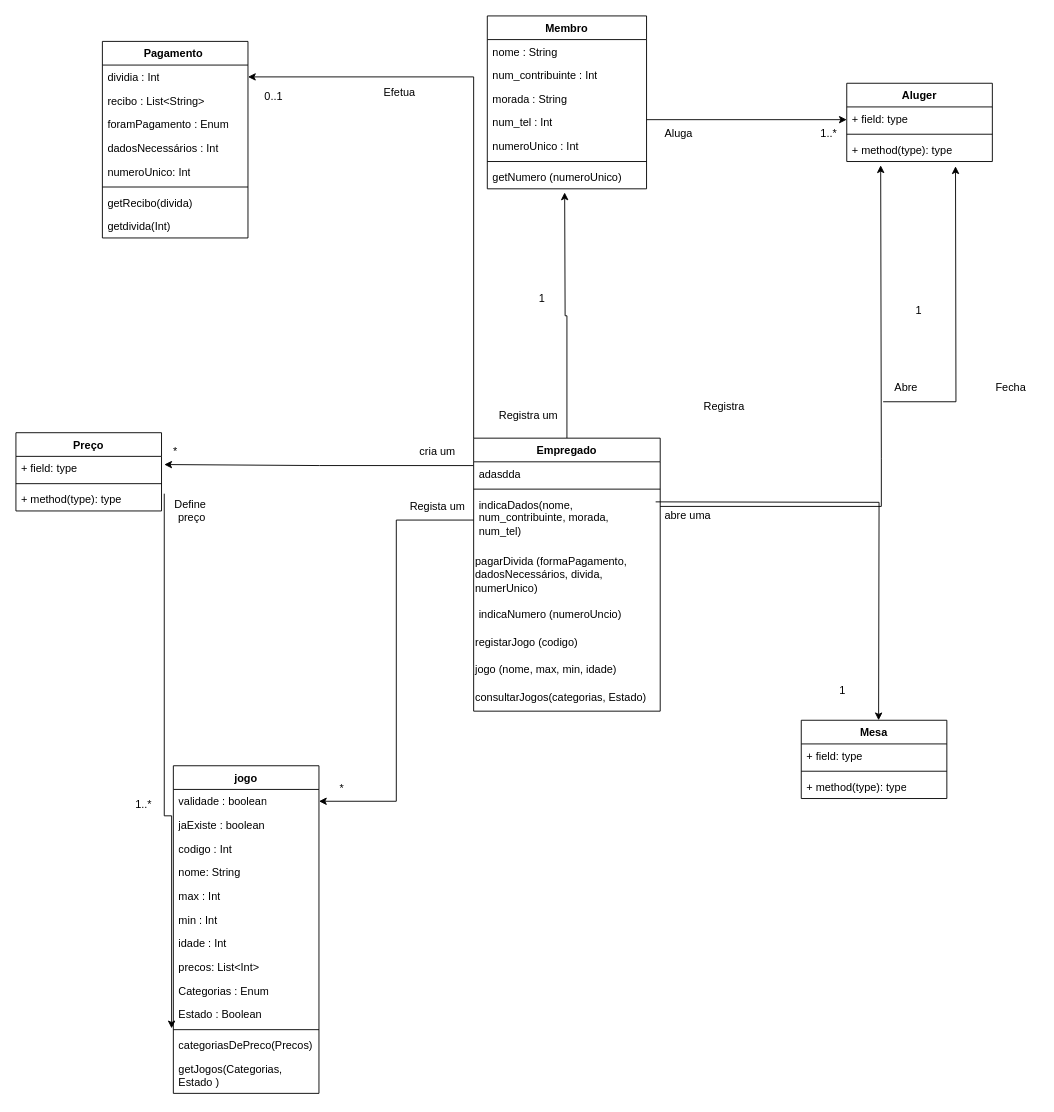
This is Diagrama_classes.drawio from luccamarshall/DCO, a draw.io file, before an edit. Source tidied: cells renumbered, new cells numbered last; positions are measured from the earlier drawing's top-left corner, leaving out a move shared by most shapes. Both pictures are drawn from the tidied source at 91%, with x=0, y=0 at pixel (15, 15).
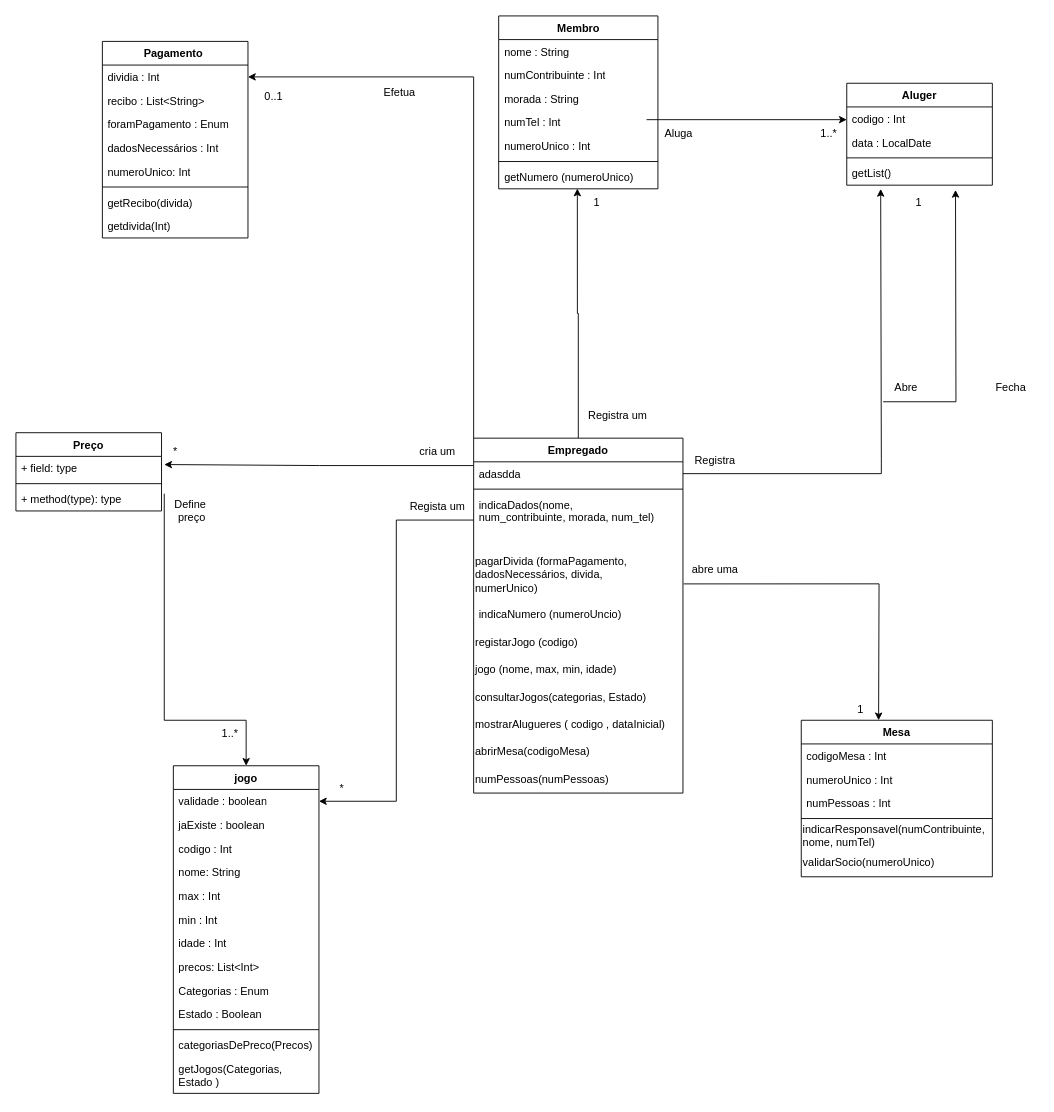
The same page after the edit.

Unchanged cells that the change refers to:
```xml
<mxCell id="35" value="getNumero (numeroUnico)" style="text;strokeColor=none;fillColor=none;align=left;verticalAlign=top;spacingLeft=4;spacingRight=4;overflow=hidden;points=[[0,0.5],[1,0.5]];portConstraint=eastwest;whiteSpace=wrap;html=1;" parent="28" vertex="1">
  <mxGeometry y="164" width="175" height="26" as="geometry" />
</mxCell>
<mxCell id="62" value="jogo" style="swimlane;fontStyle=1;align=center;verticalAlign=top;horizontal=1;startSize=26;whiteSpace=wrap;html=1;" parent="1" vertex="1">
  <mxGeometry x="173" y="824" width="160" height="360" as="geometry" />
</mxCell>
<mxCell id="74" value="categoriasDePreco(Precos)&amp;nbsp;" style="text;strokeColor=none;fillColor=none;align=left;verticalAlign=top;spacingLeft=4;spacingRight=4;overflow=hidden;points=[[0,0.5],[1,0.5]];portConstraint=eastwest;whiteSpace=wrap;html=1;" parent="62" vertex="1">
  <mxGeometry y="294" width="160" height="26" as="geometry" />
</mxCell>
```

The edit, as a diff of the source:
```diff
@@
-    <mxCell id="2" style="edgeStyle=orthogonalEdgeStyle;rounded=0;jettySize=auto;html=1;exitX=0.5;exitY=0;exitDx=0;exitDy=0;" parent="1" edge="1" source="36">
-      <mxGeometry relative="1" as="geometry">
-        <mxPoint x="603" y="194" as="targetPoint" />
-      </mxGeometry>
+    <mxCell id="2" style="edgeStyle=orthogonalEdgeStyle;rounded=0;jettySize=auto;html=1;exitX=0.5;exitY=0;exitDx=0;exitDy=0;entryX=0.494;entryY=0.988;entryDx=0;entryDy=0;entryPerimeter=0;" parent="1" edge="1" source="36" target="35">
+      <mxGeometry relative="1" as="geometry" />
     </mxCell>
@@
-    <mxCell id="4" style="edgeStyle=orthogonalEdgeStyle;rounded=0;jettySize=auto;html=1;exitX=1;exitY=0.25;exitDx=0;exitDy=0;entryX=0.233;entryY=1.159;entryDx=0;entryDy=0;entryPerimeter=0;" parent="1" edge="1" source="36" target="57">
+    <mxCell id="4" style="edgeStyle=orthogonalEdgeStyle;rounded=0;jettySize=auto;html=1;exitX=1;exitY=0.5;exitDx=0;exitDy=0;entryX=0.233;entryY=1.159;entryDx=0;entryDy=0;entryPerimeter=0;" parent="1" edge="1" source="37" target="57">
       <mxGeometry relative="1" as="geometry">
         <Array as="points">
+          <mxPoint x="951" y="503" />
           <mxPoint x="951" y="486" />
-          <mxPoint x="951" y="424" />
         </Array>
       </mxGeometry>
     </mxCell>
-    <mxCell id="5" style="edgeStyle=orthogonalEdgeStyle;rounded=0;jettySize=auto;html=1;entryX=-0.012;entryY=-0.209;entryDx=0;entryDy=0;entryPerimeter=0;" parent="1" edge="1" target="74">
+    <mxCell id="5" style="edgeStyle=orthogonalEdgeStyle;rounded=0;jettySize=auto;html=1;entryX=0.5;entryY=0;entryDx=0;entryDy=0;" parent="1" edge="1" target="62">
       <mxGeometry relative="1" as="geometry">
         <mxPoint x="163" y="525" as="sourcePoint" />
         <Array as="points">
-          <mxPoint x="163" y="879" />
+          <mxPoint x="163" y="774" />
+          <mxPoint x="253" y="774" />
         </Array>
       </mxGeometry>
     </mxCell>
@@
     <mxCell id="9" value="Registra um" style="text;html=1;align=center;verticalAlign=middle;strokeColor=none;fillColor=none;" parent="1" vertex="1">
-      <mxGeometry x="518" y="424" width="90" height="30" as="geometry" />
+      <mxGeometry x="615.5" y="424" width="90" height="30" as="geometry" />
     </mxCell>
@@
-    <mxCell id="11" style="edgeStyle=orthogonalEdgeStyle;rounded=0;orthogonalLoop=1;jettySize=auto;html=1;entryX=0.5;entryY=0;entryDx=0;entryDy=0;" parent="1" edge="1">
+    <mxCell id="11" style="edgeStyle=orthogonalEdgeStyle;rounded=0;jettySize=auto;html=1;entryX=0.5;entryY=0;entryDx=0;entryDy=0;exitX=1.003;exitY=0.669;exitDx=0;exitDy=0;exitPerimeter=0;" parent="1" edge="1" source="40">
       <mxGeometry relative="1" as="geometry">
-        <mxPoint x="703" y="534" as="sourcePoint" />
         <mxPoint x="948" y="774" as="targetPoint" />
       </mxGeometry>
     </mxCell>
     <mxCell id="12" value="abre uma" style="text;html=1;align=center;verticalAlign=middle;strokeColor=none;fillColor=none;" parent="1" vertex="1">
-      <mxGeometry x="703" y="534" width="70" height="30" as="geometry" />
+      <mxGeometry x="733" y="594" width="70" height="30" as="geometry" />
     </mxCell>
@@
     <mxCell id="14" value="Registra" style="text;html=1;align=center;verticalAlign=middle;strokeColor=none;fillColor=none;" parent="1" vertex="1">
-      <mxGeometry x="743" y="414" width="70" height="30" as="geometry" />
+      <mxGeometry x="733" y="474" width="70" height="30" as="geometry" />
     </mxCell>
@@
     <mxCell id="22" value="1..*" style="text;html=1;align=center;verticalAlign=middle;strokeColor=none;fillColor=none;" parent="1" vertex="1">
-      <mxGeometry x="120" y="852" width="40" height="30" as="geometry" />
+      <mxGeometry x="215" y="774" width="40" height="30" as="geometry" />
     </mxCell>
@@
     <mxCell id="24" value="&lt;br&gt;1" style="text;html=1;align=center;verticalAlign=middle;strokeColor=none;fillColor=none;" parent="1" vertex="1">
-      <mxGeometry x="893" y="714" width="30" height="40" as="geometry" />
+      <mxGeometry x="913" y="734" width="30" height="40" as="geometry" />
     </mxCell>
     <mxCell id="25" value="1" style="text;html=1;align=center;verticalAlign=middle;strokeColor=none;fillColor=none;" parent="1" vertex="1">
-      <mxGeometry x="977" y="309" width="30" height="30" as="geometry" />
+      <mxGeometry x="977" y="190" width="30" height="30" as="geometry" />
     </mxCell>
     <mxCell id="26" value="1" style="text;html=1;align=center;verticalAlign=middle;strokeColor=none;fillColor=none;" parent="1" vertex="1">
-      <mxGeometry x="563" y="296" width="30" height="30" as="geometry" />
+      <mxGeometry x="623" y="190" width="30" height="30" as="geometry" />
     </mxCell>
@@
     <mxCell id="28" value="Membro" style="swimlane;fontStyle=1;align=center;verticalAlign=top;horizontal=1;startSize=26;whiteSpace=wrap;html=1;" parent="1" vertex="1">
-      <mxGeometry x="518" width="175" height="190" as="geometry" />
+      <mxGeometry x="530.5" width="175" height="190" as="geometry" />
     </mxCell>
@@
-    <mxCell id="30" value="num_contribuinte : Int" style="text;strokeColor=none;fillColor=none;align=left;verticalAlign=top;spacingLeft=4;spacingRight=4;overflow=hidden;whiteSpace=wrap;html=1;" parent="28" vertex="1">
+    <mxCell id="30" value="numContribuinte : Int" style="text;strokeColor=none;fillColor=none;align=left;verticalAlign=top;spacingLeft=4;spacingRight=4;overflow=hidden;whiteSpace=wrap;html=1;" parent="28" vertex="1">
       <mxGeometry y="52" width="175" height="26" as="geometry" />
     </mxCell>
@@
-    <mxCell id="32" value="num_tel : Int" style="text;strokeColor=none;fillColor=none;align=left;verticalAlign=top;spacingLeft=4;spacingRight=4;overflow=hidden;whiteSpace=wrap;html=1;" parent="28" vertex="1">
+    <mxCell id="32" value="numTel : Int" style="text;strokeColor=none;fillColor=none;align=left;verticalAlign=top;spacingLeft=4;spacingRight=4;overflow=hidden;whiteSpace=wrap;html=1;" parent="28" vertex="1">
       <mxGeometry y="104" width="175" height="26" as="geometry" />
     </mxCell>
@@
     <mxCell id="36" value="Empregado" style="swimlane;fontStyle=1;align=center;verticalAlign=top;horizontal=1;startSize=26;whiteSpace=wrap;html=1;" parent="1" vertex="1">
-      <mxGeometry x="503" y="464" width="205" height="300" as="geometry" />
+      <mxGeometry x="503" y="464" width="230" height="390" as="geometry" />
     </mxCell>
     <mxCell id="37" value="adasdda&lt;br&gt;" style="text;strokeColor=none;fillColor=none;align=left;verticalAlign=top;spacingLeft=4;spacingRight=4;overflow=hidden;points=[[0,0.5],[1,0.5]];portConstraint=eastwest;whiteSpace=wrap;html=1;" parent="36" vertex="1">
-      <mxGeometry y="26" width="205" height="26" as="geometry" />
+      <mxGeometry y="26" width="230" height="26" as="geometry" />
     </mxCell>
     <mxCell id="38" style="line;strokeWidth=1;fillColor=none;align=left;verticalAlign=middle;spacingTop=-1;spacingLeft=3;spacingRight=3;labelPosition=right;strokeColor=inherit;" parent="36" vertex="1">
-      <mxGeometry y="52" width="205" height="8" as="geometry" />
+      <mxGeometry y="52" width="230" height="8" as="geometry" />
     </mxCell>
     <mxCell id="39" value="indicaDados(nome,&lt;br style=&quot;text-align: center;&quot;&gt;&lt;span style=&quot;text-align: center;&quot;&gt;num_contribuinte, morada, num_tel)&amp;nbsp;&amp;nbsp;&lt;/span&gt;" style="text;strokeColor=none;fillColor=none;align=left;verticalAlign=top;spacingLeft=4;spacingRight=4;overflow=hidden;points=[[0,0.5],[1,0.5]];portConstraint=eastwest;whiteSpace=wrap;html=1;" parent="36" vertex="1">
-      <mxGeometry y="60" width="205" height="60" as="geometry" />
+      <mxGeometry y="60" width="230" height="60" as="geometry" />
     </mxCell>
     <mxCell id="40" value="pagarDivida (formaPagamento, &lt;br&gt;dadosNecessários, divida, &lt;br&gt;numerUnico)" style="text;html=1;align=left;verticalAlign=middle;points=[];strokeColor=none;fillColor=none;" parent="36" vertex="1">
-      <mxGeometry y="120" width="205" height="60" as="geometry" />
+      <mxGeometry y="120" width="230" height="60" as="geometry" />
     </mxCell>
     <mxCell id="41" value="indicaNumero (numeroUncio)" style="text;strokeColor=none;fillColor=none;align=left;verticalAlign=top;spacingLeft=4;spacingRight=4;overflow=hidden;whiteSpace=wrap;html=1;" parent="36" vertex="1">
-      <mxGeometry y="180" width="205" height="30" as="geometry" />
+      <mxGeometry y="180" width="230" height="30" as="geometry" />
     </mxCell>
     <mxCell id="42" value="registarJogo (codigo)" style="text;html=1;align=left;verticalAlign=middle;strokeColor=none;fillColor=none;" parent="36" vertex="1">
-      <mxGeometry y="210" width="205" height="30" as="geometry" />
+      <mxGeometry y="210" width="230" height="30" as="geometry" />
     </mxCell>
     <mxCell id="43" value="jogo (nome, max, min, idade)" style="text;html=1;align=left;verticalAlign=middle;strokeColor=none;fillColor=none;" parent="36" vertex="1">
-      <mxGeometry y="240" width="205" height="30" as="geometry" />
+      <mxGeometry y="240" width="230" height="30" as="geometry" />
     </mxCell>
     <mxCell id="44" value="consultarJogos(categorias, Estado)" style="text;html=1;align=left;verticalAlign=middle;strokeColor=none;fillColor=none;" parent="36" vertex="1">
-      <mxGeometry y="270" width="205" height="30" as="geometry" />
+      <mxGeometry y="270" width="230" height="30" as="geometry" />
     </mxCell>
+    <mxCell id="81" value="mostrarAlugueres ( codigo , dataInicial)" style="text;html=1;align=left;verticalAlign=middle;strokeColor=none;fillColor=none;" parent="36" vertex="1">
+      <mxGeometry y="300" width="230" height="30" as="geometry" />
+    </mxCell>
+    <mxCell id="82" value="abrirMesa(codigoMesa)" style="text;html=1;strokeColor=none;fillColor=none;align=left;verticalAlign=middle;whiteSpace=wrap;rounded=0;" parent="36" vertex="1">
+      <mxGeometry y="330" width="230" height="30" as="geometry" />
+    </mxCell>
+    <mxCell id="83" value="numPessoas(numPessoas)" style="text;html=1;strokeColor=none;fillColor=none;align=left;verticalAlign=middle;whiteSpace=wrap;rounded=0;" parent="36" vertex="1">
+      <mxGeometry y="360" width="230" height="30" as="geometry" />
+    </mxCell>
@@
     <mxCell id="54" value="Aluger" style="swimlane;fontStyle=1;align=center;verticalAlign=top;horizontal=1;startSize=26;whiteSpace=wrap;html=1;" parent="1" vertex="1">
-      <mxGeometry x="913" y="74" width="160" height="86" as="geometry" />
+      <mxGeometry x="913" y="74" width="160" height="112" as="geometry" />
     </mxCell>
-    <mxCell id="55" value="+ field: type" style="text;strokeColor=none;fillColor=none;align=left;verticalAlign=top;spacingLeft=4;spacingRight=4;overflow=hidden;whiteSpace=wrap;html=1;" parent="54" vertex="1">
+    <mxCell id="55" value="codigo : Int&lt;br&gt;" style="text;strokeColor=none;fillColor=none;align=left;verticalAlign=top;spacingLeft=4;spacingRight=4;overflow=hidden;whiteSpace=wrap;html=1;" parent="54" vertex="1">
       <mxGeometry y="26" width="160" height="26" as="geometry" />
     </mxCell>
+    <mxCell id="84" value="data : LocalDate" style="text;strokeColor=none;fillColor=none;align=left;verticalAlign=top;spacingLeft=4;spacingRight=4;overflow=hidden;whiteSpace=wrap;html=1;" parent="54" vertex="1">
+      <mxGeometry y="52" width="160" height="26" as="geometry" />
+    </mxCell>
     <mxCell id="56" style="line;strokeWidth=1;fillColor=none;align=left;verticalAlign=middle;spacingTop=-1;spacingLeft=3;spacingRight=3;labelPosition=right;strokeColor=inherit;" parent="54" vertex="1">
-      <mxGeometry y="52" width="160" height="8" as="geometry" />
+      <mxGeometry y="78" width="160" height="8" as="geometry" />
     </mxCell>
-    <mxCell id="57" value="+ method(type): type" style="text;strokeColor=none;fillColor=none;align=left;verticalAlign=top;spacingLeft=4;spacingRight=4;overflow=hidden;points=[[0,0.5],[1,0.5]];portConstraint=eastwest;whiteSpace=wrap;html=1;" parent="54" vertex="1">
-      <mxGeometry y="60" width="160" height="26" as="geometry" />
+    <mxCell id="57" value="getList()" style="text;strokeColor=none;fillColor=none;align=left;verticalAlign=top;spacingLeft=4;spacingRight=4;overflow=hidden;points=[[0,0.5],[1,0.5]];portConstraint=eastwest;whiteSpace=wrap;html=1;" parent="54" vertex="1">
+      <mxGeometry y="86" width="160" height="26" as="geometry" />
     </mxCell>
@@
     <mxCell id="76" value="Mesa" style="swimlane;fontStyle=1;align=center;verticalAlign=top;horizontal=1;startSize=26;whiteSpace=wrap;html=1;" parent="1" vertex="1">
-      <mxGeometry x="863" y="774" width="160" height="86" as="geometry" />
+      <mxGeometry x="863" y="774" width="210" height="172" as="geometry" />
     </mxCell>
-    <mxCell id="77" value="+ field: type" style="text;strokeColor=none;fillColor=none;align=left;verticalAlign=top;spacingLeft=4;spacingRight=4;overflow=hidden;whiteSpace=wrap;html=1;" parent="76" vertex="1">
-      <mxGeometry y="26" width="160" height="26" as="geometry" />
+    <mxCell id="77" value="codigoMesa : Int" style="text;strokeColor=none;fillColor=none;align=left;verticalAlign=top;spacingLeft=4;spacingRight=4;overflow=hidden;whiteSpace=wrap;html=1;" parent="76" vertex="1">
+      <mxGeometry y="26" width="210" height="26" as="geometry" />
     </mxCell>
+    <mxCell id="85" value="numeroUnico : Int" style="text;strokeColor=none;fillColor=none;align=left;verticalAlign=top;spacingLeft=4;spacingRight=4;overflow=hidden;whiteSpace=wrap;html=1;" parent="76" vertex="1">
+      <mxGeometry y="52" width="210" height="26" as="geometry" />
+    </mxCell>
+    <mxCell id="86" value="numPessoas : Int" style="text;strokeColor=none;fillColor=none;align=left;verticalAlign=top;spacingLeft=4;spacingRight=4;overflow=hidden;whiteSpace=wrap;html=1;" parent="76" vertex="1">
+      <mxGeometry y="78" width="210" height="26" as="geometry" />
+    </mxCell>
     <mxCell id="78" style="line;strokeWidth=1;fillColor=none;align=left;verticalAlign=middle;spacingTop=-1;spacingLeft=3;spacingRight=3;labelPosition=right;strokeColor=inherit;" parent="76" vertex="1">
-      <mxGeometry y="52" width="160" height="8" as="geometry" />
+      <mxGeometry y="104" width="210" height="8" as="geometry" />
     </mxCell>
-    <mxCell id="79" value="+ method(type): type" style="text;strokeColor=none;fillColor=none;align=left;verticalAlign=top;spacingLeft=4;spacingRight=4;overflow=hidden;whiteSpace=wrap;html=1;" parent="76" vertex="1">
-      <mxGeometry y="60" width="160" height="26" as="geometry" />
-    </mxCell>
+    <mxCell id="87" value="indicarResponsavel(numContribuinte, nome, numTel)" style="text;html=1;strokeColor=none;fillColor=none;align=left;verticalAlign=middle;whiteSpace=wrap;rounded=0;" parent="76" vertex="1">
+      <mxGeometry y="112" width="210" height="30" as="geometry" />
+    </mxCell>
+    <mxCell id="88" value="validarSocio(numeroUnico)" style="text;html=1;align=left;verticalAlign=middle;strokeColor=none;fillColor=none;" parent="76" vertex="1">
+      <mxGeometry y="142" width="210" height="30" as="geometry" />
+    </mxCell>
```
